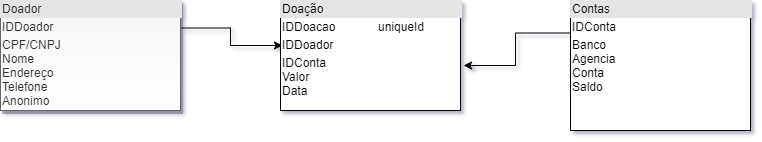
CarlosECarvalho/ADModelagemDeInformacao keeps this draw.io diagram as Untitled Diagram.png. Above is the earlier version. Source tidied: cells renumbered, new cells last; positions are measured from the earlier drawing's top-left corner, leaving out a move shared by most shapes. The source it was exported from:
```xml
<mxGraphModel shadow="1">
  <root>
    <mxCell id="0" />
    <mxCell id="1" parent="0" />
    <mxCell id="2" style="edgeStyle=orthogonalEdgeStyle;rounded=0;jettySize=auto;html=1;exitX=1;exitY=0.25;exitDx=0;exitDy=0;entryX=0.011;entryY=0.409;entryDx=0;entryDy=0;entryPerimeter=0;" parent="1" edge="1" source="3" target="6">
      <mxGeometry relative="1" as="geometry">
        <Array as="points">
          <mxPoint x="230" y="28" />
          <mxPoint x="230" y="45" />
        </Array>
      </mxGeometry>
    </mxCell>
    <mxCell id="3" value="&lt;div style=&quot;box-sizing: border-box ; width: 100% ; background: #e4e4e4 ; padding: 2px&quot;&gt;Doador&lt;/div&gt;&lt;table style=&quot;width: 100% ; font-size: 1em&quot; cellpadding=&quot;2&quot; cellspacing=&quot;0&quot;&gt;&lt;tbody&gt;&lt;tr&gt;&lt;td&gt;IDDoador&lt;br&gt;&lt;/td&gt;&lt;td&gt;&lt;br&gt;&lt;/td&gt;&lt;/tr&gt;&lt;tr&gt;&lt;td&gt;CPF/CNPJ&lt;br&gt;Nome&lt;br&gt;Endereço&lt;br&gt;Telefone&lt;br&gt;Anonimo&lt;/td&gt;&lt;td&gt;&lt;br&gt;&lt;/td&gt;&lt;/tr&gt;&lt;tr&gt;&lt;td&gt;&lt;br&gt;&lt;/td&gt;&lt;td&gt;&lt;/td&gt;&lt;/tr&gt;&lt;/tbody&gt;&lt;/table&gt;" style="verticalAlign=top;align=left;overflow=fill;html=1;fillColor=#f5f5f5;fontColor=#333333;gradientColor=#ffffff;strokeColor=#666666;rounded=0;shadow=1;sketch=0;glass=0;" parent="1" vertex="1">
      <mxGeometry width="180" height="110" as="geometry" />
    </mxCell>
    <mxCell id="4" style="edgeStyle=orthogonalEdgeStyle;rounded=0;jettySize=auto;html=1;exitX=0;exitY=0.25;exitDx=0;exitDy=0;entryX=1.017;entryY=0.591;entryDx=0;entryDy=0;entryPerimeter=0;" parent="1" edge="1" source="5" target="6">
      <mxGeometry relative="1" as="geometry" />
    </mxCell>
    <mxCell id="5" value="&lt;div style=&quot;box-sizing: border-box ; width: 100% ; background: #e4e4e4 ; padding: 2px&quot;&gt;Contas&lt;/div&gt;&lt;table style=&quot;width: 100% ; font-size: 1em&quot; cellpadding=&quot;2&quot; cellspacing=&quot;0&quot;&gt;&lt;tbody&gt;&lt;tr&gt;&lt;td&gt;IDConta&lt;/td&gt;&lt;td&gt;&lt;br&gt;&lt;/td&gt;&lt;/tr&gt;&lt;tr&gt;&lt;td&gt;Banco&lt;br&gt;Agencia&lt;br&gt;Conta&lt;br&gt;Saldo&lt;/td&gt;&lt;td&gt;&lt;br&gt;&lt;/td&gt;&lt;/tr&gt;&lt;tr&gt;&lt;td&gt;&lt;/td&gt;&lt;td&gt;&lt;br&gt;&lt;/td&gt;&lt;/tr&gt;&lt;/tbody&gt;&lt;/table&gt;" style="verticalAlign=top;align=left;overflow=fill;html=1;" parent="1" vertex="1">
      <mxGeometry x="570" width="180" height="130" as="geometry" />
    </mxCell>
    <mxCell id="6" value="&lt;div style=&quot;box-sizing: border-box ; width: 100% ; background: #e4e4e4 ; padding: 2px&quot;&gt;Doação&lt;/div&gt;&lt;table style=&quot;width: 100% ; font-size: 1em&quot; cellpadding=&quot;2&quot; cellspacing=&quot;0&quot;&gt;&lt;tbody&gt;&lt;tr&gt;&lt;td&gt;IDDoacao&lt;/td&gt;&lt;td&gt;uniqueId&lt;/td&gt;&lt;/tr&gt;&lt;tr&gt;&lt;td&gt;IDDoador&lt;/td&gt;&lt;td&gt;&lt;br&gt;&lt;/td&gt;&lt;/tr&gt;&lt;tr&gt;&lt;td&gt;IDConta&lt;br&gt;Valor&lt;br&gt;Data&lt;/td&gt;&lt;td&gt;&lt;br&gt;&lt;/td&gt;&lt;/tr&gt;&lt;/tbody&gt;&lt;/table&gt;" style="verticalAlign=top;align=left;overflow=fill;html=1;" parent="1" vertex="1">
      <mxGeometry x="280" width="180" height="110" as="geometry" />
    </mxCell>
  </root>
</mxGraphModel>
```
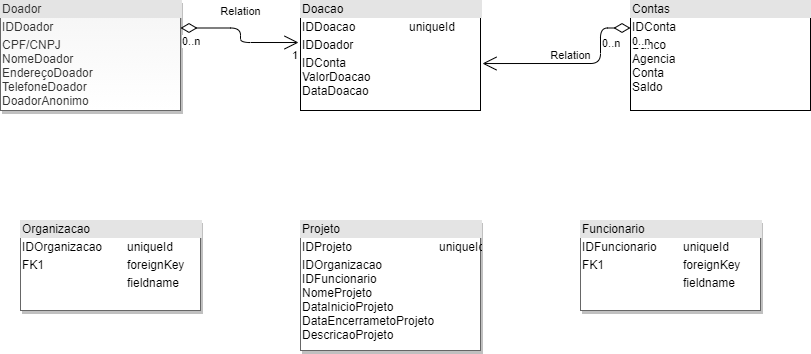
Later version of the same file.

Change to the diagram source:
```diff
@@ -2,25 +2,48 @@
   <root>
     <mxCell id="0" />
     <mxCell id="1" parent="0" />
-    <mxCell id="2" style="edgeStyle=orthogonalEdgeStyle;rounded=0;jettySize=auto;html=1;exitX=1;exitY=0.25;exitDx=0;exitDy=0;entryX=0.011;entryY=0.409;entryDx=0;entryDy=0;entryPerimeter=0;" parent="1" edge="1" source="3" target="6">
-      <mxGeometry relative="1" as="geometry">
-        <Array as="points">
-          <mxPoint x="230" y="28" />
-          <mxPoint x="230" y="45" />
-        </Array>
-      </mxGeometry>
-    </mxCell>
-    <mxCell id="3" value="&lt;div style=&quot;box-sizing: border-box ; width: 100% ; background: #e4e4e4 ; padding: 2px&quot;&gt;Doador&lt;/div&gt;&lt;table style=&quot;width: 100% ; font-size: 1em&quot; cellpadding=&quot;2&quot; cellspacing=&quot;0&quot;&gt;&lt;tbody&gt;&lt;tr&gt;&lt;td&gt;IDDoador&lt;br&gt;&lt;/td&gt;&lt;td&gt;&lt;br&gt;&lt;/td&gt;&lt;/tr&gt;&lt;tr&gt;&lt;td&gt;CPF/CNPJ&lt;br&gt;Nome&lt;br&gt;Endereço&lt;br&gt;Telefone&lt;br&gt;Anonimo&lt;/td&gt;&lt;td&gt;&lt;br&gt;&lt;/td&gt;&lt;/tr&gt;&lt;tr&gt;&lt;td&gt;&lt;br&gt;&lt;/td&gt;&lt;td&gt;&lt;/td&gt;&lt;/tr&gt;&lt;/tbody&gt;&lt;/table&gt;" style="verticalAlign=top;align=left;overflow=fill;html=1;fillColor=#f5f5f5;fontColor=#333333;gradientColor=#ffffff;strokeColor=#666666;rounded=0;shadow=1;sketch=0;glass=0;" parent="1" vertex="1">
-      <mxGeometry width="180" height="110" as="geometry" />
+    <mxCell id="3" value="&lt;div style=&quot;box-sizing: border-box ; width: 100% ; background: #e4e4e4 ; padding: 2px&quot;&gt;Doador&lt;/div&gt;&lt;table style=&quot;width: 100% ; font-size: 1em&quot; cellpadding=&quot;2&quot; cellspacing=&quot;0&quot;&gt;&lt;tbody&gt;&lt;tr&gt;&lt;td&gt;IDDoador&lt;br&gt;&lt;/td&gt;&lt;td&gt;&lt;br&gt;&lt;/td&gt;&lt;/tr&gt;&lt;tr&gt;&lt;td&gt;CPF/CNPJ&lt;br&gt;NomeDoador&lt;br&gt;EndereçoDoador&lt;br&gt;TelefoneDoador&lt;br&gt;DoadorAnonimo&lt;/td&gt;&lt;td&gt;&lt;br&gt;&lt;/td&gt;&lt;/tr&gt;&lt;tr&gt;&lt;td&gt;&lt;br&gt;&lt;/td&gt;&lt;td&gt;&lt;/td&gt;&lt;/tr&gt;&lt;/tbody&gt;&lt;/table&gt;" style="verticalAlign=top;align=left;overflow=fill;html=1;fillColor=#f5f5f5;fontColor=#333333;gradientColor=#ffffff;strokeColor=#666666;rounded=0;shadow=1;sketch=0;glass=0;" parent="1" vertex="1">
+      <mxGeometry x="-20" width="180" height="110" as="geometry" />
     </mxCell>
-    <mxCell id="4" style="edgeStyle=orthogonalEdgeStyle;rounded=0;jettySize=auto;html=1;exitX=0;exitY=0.25;exitDx=0;exitDy=0;entryX=1.017;entryY=0.591;entryDx=0;entryDy=0;entryPerimeter=0;" parent="1" edge="1" source="5" target="6">
-      <mxGeometry relative="1" as="geometry" />
-    </mxCell>
     <mxCell id="5" value="&lt;div style=&quot;box-sizing: border-box ; width: 100% ; background: #e4e4e4 ; padding: 2px&quot;&gt;Contas&lt;/div&gt;&lt;table style=&quot;width: 100% ; font-size: 1em&quot; cellpadding=&quot;2&quot; cellspacing=&quot;0&quot;&gt;&lt;tbody&gt;&lt;tr&gt;&lt;td&gt;IDConta&lt;/td&gt;&lt;td&gt;&lt;br&gt;&lt;/td&gt;&lt;/tr&gt;&lt;tr&gt;&lt;td&gt;Banco&lt;br&gt;Agencia&lt;br&gt;Conta&lt;br&gt;Saldo&lt;/td&gt;&lt;td&gt;&lt;br&gt;&lt;/td&gt;&lt;/tr&gt;&lt;tr&gt;&lt;td&gt;&lt;/td&gt;&lt;td&gt;&lt;br&gt;&lt;/td&gt;&lt;/tr&gt;&lt;/tbody&gt;&lt;/table&gt;" style="verticalAlign=top;align=left;overflow=fill;html=1;" parent="1" vertex="1">
-      <mxGeometry x="570" width="180" height="130" as="geometry" />
+      <mxGeometry x="610" width="180" height="110" as="geometry" />
     </mxCell>
-    <mxCell id="6" value="&lt;div style=&quot;box-sizing: border-box ; width: 100% ; background: #e4e4e4 ; padding: 2px&quot;&gt;Doação&lt;/div&gt;&lt;table style=&quot;width: 100% ; font-size: 1em&quot; cellpadding=&quot;2&quot; cellspacing=&quot;0&quot;&gt;&lt;tbody&gt;&lt;tr&gt;&lt;td&gt;IDDoacao&lt;/td&gt;&lt;td&gt;uniqueId&lt;/td&gt;&lt;/tr&gt;&lt;tr&gt;&lt;td&gt;IDDoador&lt;/td&gt;&lt;td&gt;&lt;br&gt;&lt;/td&gt;&lt;/tr&gt;&lt;tr&gt;&lt;td&gt;IDConta&lt;br&gt;Valor&lt;br&gt;Data&lt;/td&gt;&lt;td&gt;&lt;br&gt;&lt;/td&gt;&lt;/tr&gt;&lt;/tbody&gt;&lt;/table&gt;" style="verticalAlign=top;align=left;overflow=fill;html=1;" parent="1" vertex="1">
+    <mxCell id="6" value="&lt;div style=&quot;box-sizing: border-box ; width: 100% ; background: #e4e4e4 ; padding: 2px&quot;&gt;Doacao&lt;/div&gt;&lt;table style=&quot;width: 100% ; font-size: 1em&quot; cellpadding=&quot;2&quot; cellspacing=&quot;0&quot;&gt;&lt;tbody&gt;&lt;tr&gt;&lt;td&gt;IDDoacao&lt;/td&gt;&lt;td&gt;uniqueId&lt;/td&gt;&lt;/tr&gt;&lt;tr&gt;&lt;td&gt;IDDoador&lt;/td&gt;&lt;td&gt;&lt;br&gt;&lt;/td&gt;&lt;/tr&gt;&lt;tr&gt;&lt;td&gt;IDConta&lt;br&gt;ValorDoacao&lt;br&gt;DataDoacao&lt;/td&gt;&lt;td&gt;&lt;br&gt;&lt;/td&gt;&lt;/tr&gt;&lt;/tbody&gt;&lt;/table&gt;" style="verticalAlign=top;align=left;overflow=fill;html=1;" parent="1" vertex="1">
       <mxGeometry x="280" width="180" height="110" as="geometry" />
     </mxCell>
+    <mxCell id="7" value="&lt;div style=&quot;box-sizing: border-box ; width: 100% ; background: #e4e4e4 ; padding: 2px&quot;&gt;Funcionario&lt;/div&gt;&lt;table style=&quot;width: 100% ; font-size: 1em&quot; cellpadding=&quot;2&quot; cellspacing=&quot;0&quot;&gt;&lt;tbody&gt;&lt;tr&gt;&lt;td&gt;IDFuncionario&lt;/td&gt;&lt;td&gt;uniqueId&lt;/td&gt;&lt;/tr&gt;&lt;tr&gt;&lt;td&gt;FK1&lt;/td&gt;&lt;td&gt;foreignKey&lt;/td&gt;&lt;/tr&gt;&lt;tr&gt;&lt;td&gt;&lt;/td&gt;&lt;td&gt;fieldname&lt;/td&gt;&lt;/tr&gt;&lt;/tbody&gt;&lt;/table&gt;" style="verticalAlign=top;align=left;overflow=fill;html=1;rounded=0;shadow=1;glass=0;sketch=0;strokeColor=#666666;gradientColor=#ffffff;" parent="1" vertex="1">
+      <mxGeometry x="560" y="220" width="180" height="90" as="geometry" />
+    </mxCell>
+    <mxCell id="8" value="&lt;div style=&quot;box-sizing: border-box ; width: 100% ; background: #e4e4e4 ; padding: 2px&quot;&gt;Projeto&lt;/div&gt;&lt;table style=&quot;width: 100% ; font-size: 1em&quot; cellpadding=&quot;2&quot; cellspacing=&quot;0&quot;&gt;&lt;tbody&gt;&lt;tr&gt;&lt;td&gt;IDProjeto&lt;/td&gt;&lt;td&gt;uniqueId&lt;/td&gt;&lt;/tr&gt;&lt;tr&gt;&lt;td&gt;IDOrganizacao&lt;br&gt;IDFuncionario&lt;br&gt;NomeProjeto&lt;br&gt;DataInicioProjeto&lt;br&gt;DataEncerrametoProjeto&lt;br&gt;DescricaoProjeto&lt;br&gt;&lt;br&gt;&lt;/td&gt;&lt;td&gt;&lt;/td&gt;&lt;/tr&gt;&lt;/tbody&gt;&lt;/table&gt;" style="verticalAlign=top;align=left;overflow=fill;html=1;rounded=0;shadow=1;glass=0;sketch=0;strokeColor=#666666;gradientColor=#ffffff;" parent="1" vertex="1">
+      <mxGeometry x="280" y="220" width="180" height="130" as="geometry" />
+    </mxCell>
+    <mxCell id="9" value="&lt;div style=&quot;box-sizing: border-box ; width: 100% ; background: #e4e4e4 ; padding: 2px&quot;&gt;Organizacao&lt;/div&gt;&lt;table style=&quot;width: 100% ; font-size: 1em&quot; cellpadding=&quot;2&quot; cellspacing=&quot;0&quot;&gt;&lt;tbody&gt;&lt;tr&gt;&lt;td&gt;IDOrganizacao&lt;/td&gt;&lt;td&gt;uniqueId&lt;/td&gt;&lt;/tr&gt;&lt;tr&gt;&lt;td&gt;FK1&lt;/td&gt;&lt;td&gt;foreignKey&lt;/td&gt;&lt;/tr&gt;&lt;tr&gt;&lt;td&gt;&lt;/td&gt;&lt;td&gt;fieldname&lt;/td&gt;&lt;/tr&gt;&lt;/tbody&gt;&lt;/table&gt;" style="verticalAlign=top;align=left;overflow=fill;html=1;rounded=0;shadow=1;glass=0;sketch=0;strokeColor=#666666;gradientColor=#ffffff;" parent="1" vertex="1">
+      <mxGeometry y="220" width="180" height="90" as="geometry" />
+    </mxCell>
+    <mxCell id="2" value="Relation" style="endArrow=open;html=1;endSize=12;startArrow=diamondThin;startSize=14;startFill=0;edgeStyle=orthogonalEdgeStyle;exitX=1;exitY=0.25;exitDx=0;exitDy=0;entryX=-0.011;entryY=0.382;entryDx=0;entryDy=0;entryPerimeter=0;" parent="1" edge="1" source="3" target="6">
+      <mxGeometry x="-0.09" y="18" relative="1" as="geometry">
+        <mxPoint x="-18" y="-17" as="offset" />
+      </mxGeometry>
+    </mxCell>
+    <mxCell id="10" value="0..n" style="edgeLabel;html=1;align=left;verticalAlign=top;" parent="2" vertex="1">
+      <mxGeometry x="-1" relative="1" as="geometry" />
+    </mxCell>
+    <mxCell id="11" value="1" style="edgeLabel;html=1;align=right;verticalAlign=top;" parent="2" vertex="1">
+      <mxGeometry x="1" relative="1" as="geometry" />
+    </mxCell>
+    <mxCell id="4" value="Relation" style="endArrow=open;html=1;endSize=12;startArrow=diamondThin;startSize=14;startFill=0;edgeStyle=orthogonalEdgeStyle;exitX=0;exitY=0.25;exitDx=0;exitDy=0;entryX=1.011;entryY=0.573;entryDx=0;entryDy=0;entryPerimeter=0;" parent="1" edge="1" source="5" target="6">
+      <mxGeometry x="0.04" y="-8" relative="1" as="geometry">
+        <Array as="points">
+          <mxPoint x="580" y="28" />
+          <mxPoint x="580" y="63" />
+        </Array>
+      </mxGeometry>
+    </mxCell>
+    <mxCell id="12" value="0..n" style="edgeLabel;html=1;align=left;verticalAlign=top;" parent="4" vertex="1">
+      <mxGeometry x="-1" relative="1" as="geometry" />
+    </mxCell>
+    <mxCell id="13" value="0..n" style="edgeLabel;html=1;align=left;verticalAlign=top;" parent="1" vertex="1">
+      <mxGeometry x="580" y="30" as="geometry" />
+    </mxCell>
   </root>
 </mxGraphModel>
```
